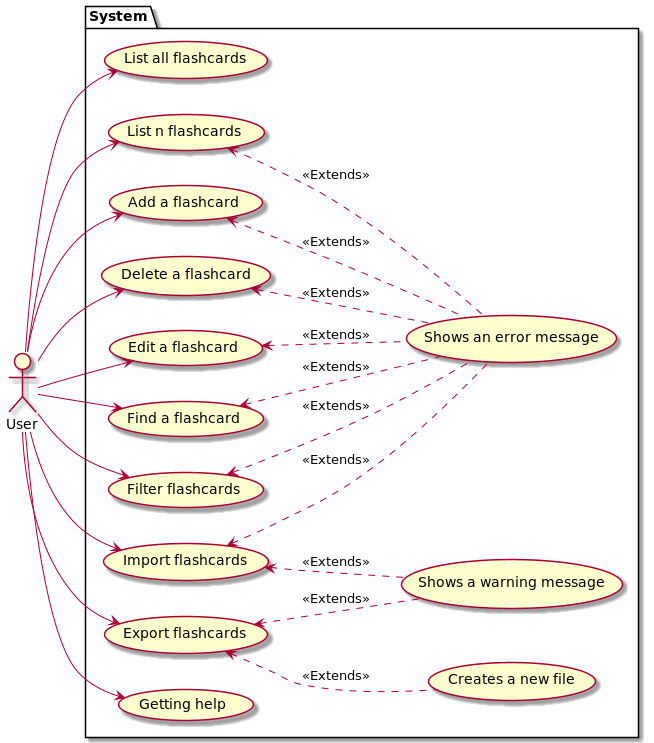
Above: docs/images/UseCaseDiagram.png in sharmainec/tp (PlantUML), before the change.
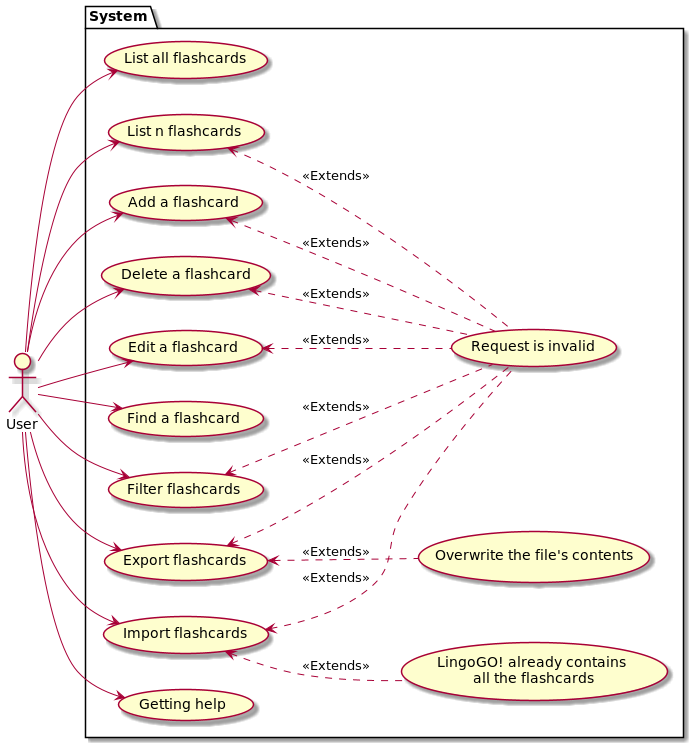
Above is the later version.

Commit message:
Edit use case diagram

Diff of the diagram source:
```diff
@@ -12,9 +12,9 @@
   usecase "Filter flashcards" as UC7
   usecase "Import flashcards" as UC8
   usecase "Export flashcards" as UC9
-  usecase "Shows an error message" as UC10
-  usecase "Shows a warning message" as UC11
-  usecase "Creates a new file" as UC12
+  usecase "Request is invalid" as UC10
+  usecase "LingoGO! already contains\n all the flashcards" as UC11
+  usecase "Overwrite the file's contents" as UC12
   usecase "Getting help" as UC13
 }
 
@@ -32,10 +32,9 @@
 UC3 <.. UC10 : <<Extends>>
 UC4 <.. UC10 : <<Extends>>
 UC5 <.. UC10 : <<Extends>>
-UC6 <.. UC10 : <<Extends>>
 UC7 <.. UC10 : <<Extends>>
 UC8 <.. UC10 : <<Extends>>
 UC8 <.. UC11 : <<Extends>>
-UC9 <.. UC11 : <<Extends>>
+UC9 <.. UC10 : <<Extends>>
 UC9 <.. UC12 : <<Extends>>
 @enduml
```
